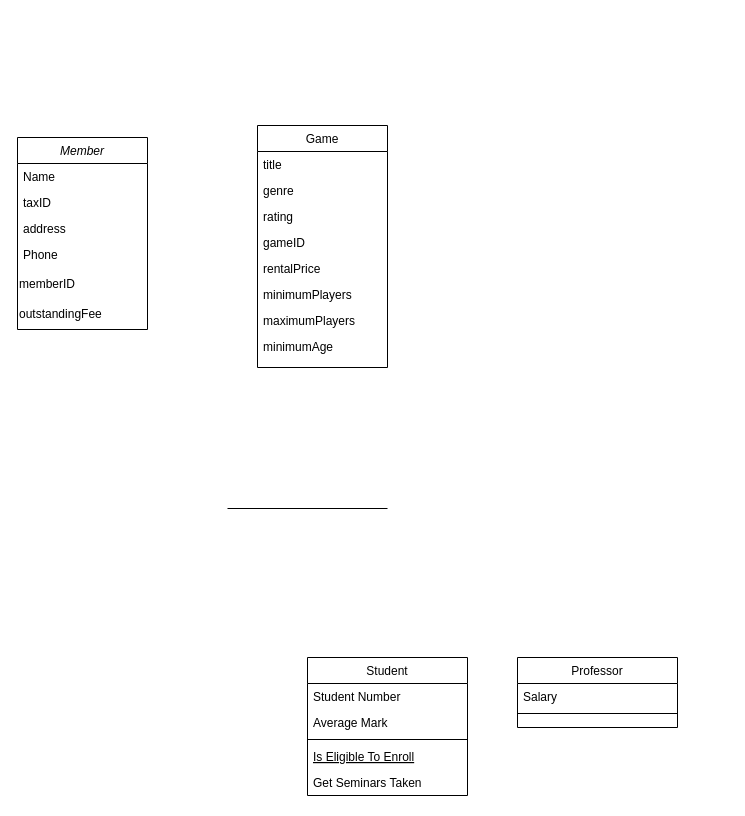
Above: Untitled Diagram.drawio in luccamarshall/DCO (draw.io), before the change. Source tidied: cells renumbered, new cells numbered last; positions are measured from the earlier drawing's top-left corner, leaving out a move shared by most shapes. Both pictures are drawn from the tidied source at 100%, with x=0, y=0 at pixel (17, 125).
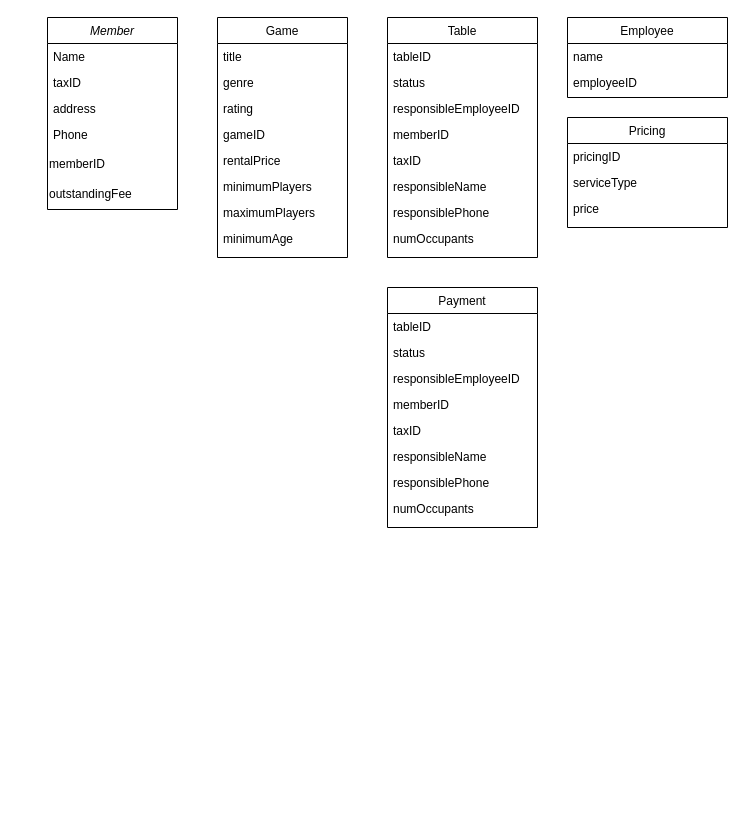
After the change.

The edit, as a diff of the source:
```diff
@@
     <mxCell id="2" value="Member" style="swimlane;fontStyle=2;align=center;verticalAlign=top;horizontal=1;startSize=26;rounded=0;shadow=0;strokeWidth=1;" parent="1" vertex="1">
-      <mxGeometry y="12" width="130" height="192" as="geometry" />
+      <mxGeometry x="30" y="-108" width="130" height="192" as="geometry" />
     </mxCell>
@@
-    <mxCell id="9" value="Student" style="swimlane;fontStyle=0;align=center;verticalAlign=top;horizontal=1;startSize=26;rounded=0;shadow=0;strokeWidth=1;" parent="1" vertex="1">
-      <mxGeometry x="290" y="532" width="160" height="138" as="geometry" />
+    <mxCell id="9" value="Employee" style="swimlane;fontStyle=0;align=center;verticalAlign=top;horizontal=1;startSize=26;rounded=0;shadow=0;strokeWidth=1;" parent="1" vertex="1">
+      <mxGeometry x="550" y="-108" width="160" height="80" as="geometry" />
     </mxCell>
-    <mxCell id="10" value="Student Number" style="text;align=left;verticalAlign=top;spacingLeft=4;spacingRight=4;overflow=hidden;" parent="9" vertex="1">
+    <mxCell id="10" value="name" style="text;align=left;verticalAlign=top;spacingLeft=4;spacingRight=4;overflow=hidden;" parent="9" vertex="1">
       <mxGeometry y="26" width="160" height="26" as="geometry" />
     </mxCell>
-    <mxCell id="11" value="Average Mark" style="text;align=left;verticalAlign=top;spacingLeft=4;spacingRight=4;overflow=hidden;rounded=0;shadow=0;html=0;" parent="9" vertex="1">
+    <mxCell id="11" value="employeeID" style="text;align=left;verticalAlign=top;spacingLeft=4;spacingRight=4;overflow=hidden;rounded=0;shadow=0;html=0;" parent="9" vertex="1">
       <mxGeometry y="52" width="160" height="26" as="geometry" />
     </mxCell>
-    <mxCell id="12" style="line;html=1;strokeWidth=1;align=left;verticalAlign=middle;spacingTop=-1;spacingLeft=3;spacingRight=3;labelPosition=right;" parent="9" vertex="1">
-      <mxGeometry y="78" width="160" height="8" as="geometry" />
-    </mxCell>
-    <mxCell id="13" value="Is Eligible To Enroll" style="text;align=left;verticalAlign=top;spacingLeft=4;spacingRight=4;overflow=hidden;fontStyle=4;" parent="9" vertex="1">
-      <mxGeometry y="86" width="160" height="26" as="geometry" />
-    </mxCell>
-    <mxCell id="14" value="Get Seminars Taken" style="text;align=left;verticalAlign=top;spacingLeft=4;spacingRight=4;overflow=hidden;" parent="9" vertex="1">
-      <mxGeometry y="112" width="160" height="26" as="geometry" />
-    </mxCell>
-    <mxCell id="15" value="Professor" style="swimlane;fontStyle=0;align=center;verticalAlign=top;horizontal=1;startSize=26;rounded=0;shadow=0;strokeWidth=1;" parent="1" vertex="1">
-      <mxGeometry x="500" y="532" width="160" height="70" as="geometry" />
+    <mxCell id="15" value="Table" style="swimlane;fontStyle=0;align=center;verticalAlign=top;horizontal=1;startSize=26;rounded=0;shadow=0;strokeWidth=1;" parent="1" vertex="1">
+      <mxGeometry x="370" y="-108" width="150" height="240" as="geometry" />
     </mxCell>
-    <mxCell id="16" value="Salary" style="text;align=left;verticalAlign=top;spacingLeft=4;spacingRight=4;overflow=hidden;" parent="15" vertex="1">
-      <mxGeometry y="26" width="160" height="26" as="geometry" />
+    <mxCell id="16" value="tableID" style="text;align=left;verticalAlign=top;spacingLeft=4;spacingRight=4;overflow=hidden;" parent="15" vertex="1">
+      <mxGeometry y="26" width="150" height="26" as="geometry" />
     </mxCell>
-    <mxCell id="17" style="line;html=1;strokeWidth=1;align=left;verticalAlign=middle;spacingTop=-1;spacingLeft=3;spacingRight=3;labelPosition=right;" parent="15" vertex="1">
-      <mxGeometry y="52" width="160" height="8" as="geometry" />
-    </mxCell>
+    <mxCell id="28" value="status" style="text;align=left;verticalAlign=top;spacingLeft=4;spacingRight=4;overflow=hidden;" parent="15" vertex="1">
+      <mxGeometry y="52" width="150" height="26" as="geometry" />
+    </mxCell>
+    <mxCell id="29" value="responsibleEmployeeID" style="text;align=left;verticalAlign=top;spacingLeft=4;spacingRight=4;overflow=hidden;" parent="15" vertex="1">
+      <mxGeometry y="78" width="150" height="26" as="geometry" />
+    </mxCell>
+    <mxCell id="30" value="memberID" style="text;align=left;verticalAlign=top;spacingLeft=4;spacingRight=4;overflow=hidden;" parent="15" vertex="1">
+      <mxGeometry y="104" width="150" height="26" as="geometry" />
+    </mxCell>
+    <mxCell id="31" value="taxID" style="text;align=left;verticalAlign=top;spacingLeft=4;spacingRight=4;overflow=hidden;" parent="15" vertex="1">
+      <mxGeometry y="130" width="150" height="26" as="geometry" />
+    </mxCell>
+    <mxCell id="32" value="responsibleName" style="text;align=left;verticalAlign=top;spacingLeft=4;spacingRight=4;overflow=hidden;" parent="15" vertex="1">
+      <mxGeometry y="156" width="150" height="26" as="geometry" />
+    </mxCell>
+    <mxCell id="33" value="responsiblePhone" style="text;align=left;verticalAlign=top;spacingLeft=4;spacingRight=4;overflow=hidden;" parent="15" vertex="1">
+      <mxGeometry y="182" width="150" height="26" as="geometry" />
+    </mxCell>
+    <mxCell id="34" value="numOccupants&#10;" style="text;align=left;verticalAlign=top;spacingLeft=4;spacingRight=4;overflow=hidden;" parent="15" vertex="1">
+      <mxGeometry y="208" width="150" height="26" as="geometry" />
+    </mxCell>
     <mxCell id="18" value="Game" style="swimlane;fontStyle=0;align=center;verticalAlign=top;horizontal=1;startSize=26;rounded=0;shadow=0;strokeWidth=1;" parent="1" vertex="1">
-      <mxGeometry x="240" width="130" height="242" as="geometry" />
+      <mxGeometry x="200" y="-108" width="130" height="240" as="geometry" />
     </mxCell>
@@
     <mxCell id="26" value="minimumAge" style="text;align=left;verticalAlign=top;spacingLeft=4;spacingRight=4;overflow=hidden;" parent="18" vertex="1">
-      <mxGeometry y="208" width="130" height="26" as="geometry" />
+      <mxGeometry y="208" width="130" height="32" as="geometry" />
     </mxCell>
-    <mxCell id="27" style="line;html=1;strokeWidth=1;align=left;verticalAlign=middle;spacingTop=-1;spacingLeft=3;spacingRight=3;labelPosition=right;" parent="1" vertex="1">
-      <mxGeometry x="210" y="379" width="160" height="8" as="geometry" />
-    </mxCell>
+    <mxCell id="35" value="Payment" style="swimlane;fontStyle=0;align=center;verticalAlign=top;horizontal=1;startSize=26;rounded=0;shadow=0;strokeWidth=1;" parent="1" vertex="1">
+      <mxGeometry x="370" y="162" width="150" height="240" as="geometry" />
+    </mxCell>
+    <mxCell id="36" value="tableID" style="text;align=left;verticalAlign=top;spacingLeft=4;spacingRight=4;overflow=hidden;" parent="35" vertex="1">
+      <mxGeometry y="26" width="150" height="26" as="geometry" />
+    </mxCell>
+    <mxCell id="37" value="status" style="text;align=left;verticalAlign=top;spacingLeft=4;spacingRight=4;overflow=hidden;" parent="35" vertex="1">
+      <mxGeometry y="52" width="150" height="26" as="geometry" />
+    </mxCell>
+    <mxCell id="38" value="responsibleEmployeeID" style="text;align=left;verticalAlign=top;spacingLeft=4;spacingRight=4;overflow=hidden;" parent="35" vertex="1">
+      <mxGeometry y="78" width="150" height="26" as="geometry" />
+    </mxCell>
+    <mxCell id="39" value="memberID" style="text;align=left;verticalAlign=top;spacingLeft=4;spacingRight=4;overflow=hidden;" parent="35" vertex="1">
+      <mxGeometry y="104" width="150" height="26" as="geometry" />
+    </mxCell>
+    <mxCell id="40" value="taxID" style="text;align=left;verticalAlign=top;spacingLeft=4;spacingRight=4;overflow=hidden;" parent="35" vertex="1">
+      <mxGeometry y="130" width="150" height="26" as="geometry" />
+    </mxCell>
+    <mxCell id="41" value="responsibleName" style="text;align=left;verticalAlign=top;spacingLeft=4;spacingRight=4;overflow=hidden;" parent="35" vertex="1">
+      <mxGeometry y="156" width="150" height="26" as="geometry" />
+    </mxCell>
+    <mxCell id="42" value="responsiblePhone" style="text;align=left;verticalAlign=top;spacingLeft=4;spacingRight=4;overflow=hidden;" parent="35" vertex="1">
+      <mxGeometry y="182" width="150" height="26" as="geometry" />
+    </mxCell>
+    <mxCell id="43" value="numOccupants&#10;" style="text;align=left;verticalAlign=top;spacingLeft=4;spacingRight=4;overflow=hidden;" parent="35" vertex="1">
+      <mxGeometry y="208" width="150" height="26" as="geometry" />
+    </mxCell>
+    <mxCell id="44" value="Pricing" style="swimlane;fontStyle=0;align=center;verticalAlign=top;horizontal=1;startSize=26;rounded=0;shadow=0;strokeWidth=1;" parent="1" vertex="1">
+      <mxGeometry x="550" y="-8" width="160" height="110" as="geometry" />
+    </mxCell>
+    <mxCell id="45" value="pricingID" style="text;align=left;verticalAlign=top;spacingLeft=4;spacingRight=4;overflow=hidden;" parent="44" vertex="1">
+      <mxGeometry y="26" width="160" height="26" as="geometry" />
+    </mxCell>
+    <mxCell id="46" value="serviceType" style="text;align=left;verticalAlign=top;spacingLeft=4;spacingRight=4;overflow=hidden;rounded=0;shadow=0;html=0;" parent="44" vertex="1">
+      <mxGeometry y="52" width="160" height="26" as="geometry" />
+    </mxCell>
+    <mxCell id="47" value="price" style="text;align=left;verticalAlign=top;spacingLeft=4;spacingRight=4;overflow=hidden;rounded=0;shadow=0;html=0;" parent="44" vertex="1">
+      <mxGeometry y="78" width="160" height="26" as="geometry" />
+    </mxCell>
```
